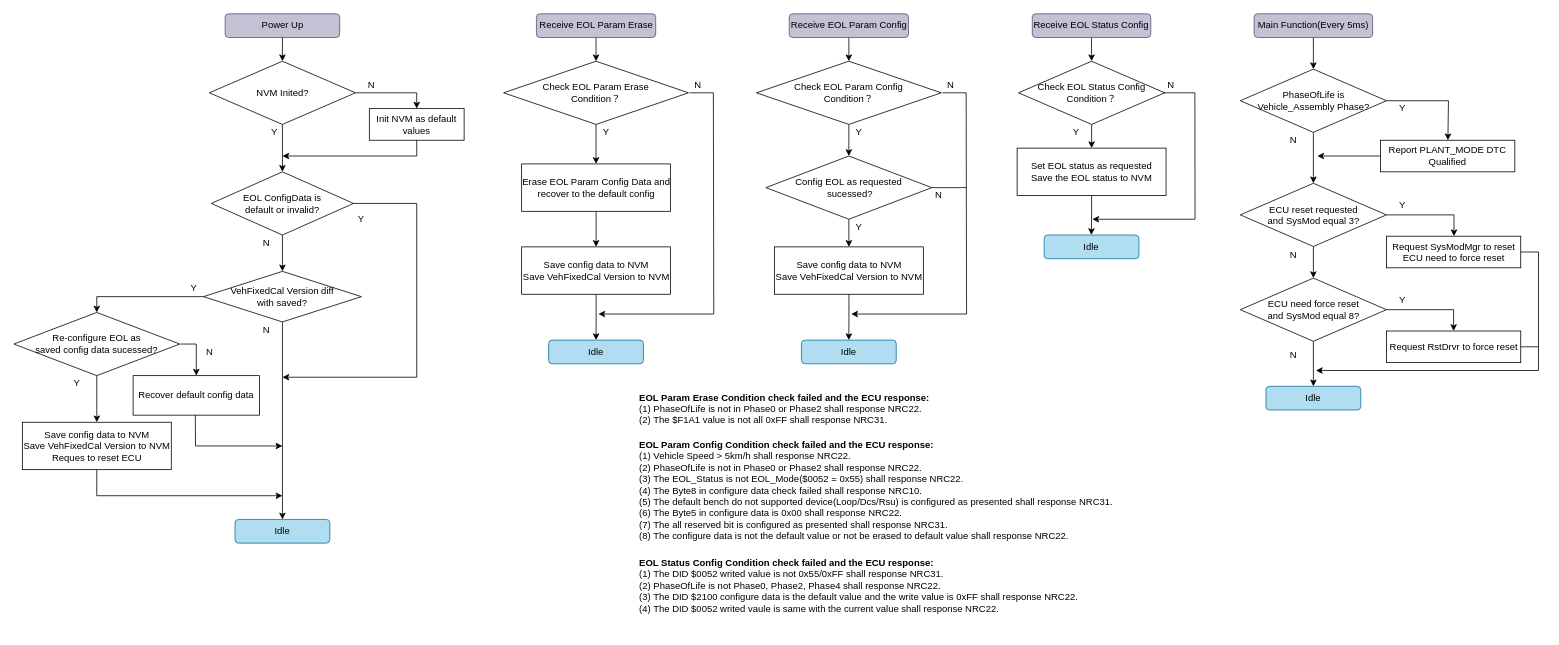
This is BYD_MR.drawio from woshitanwang/pics_procdure, a draw.io file, before an edit. Source tidied: cells renumbered, new cells numbered last; positions are measured from the earlier drawing's top-left corner, leaving out a move shared by most shapes. Both pictures are drawn from the tidied source at 79%, with x=0, y=0 at pixel (13, 13).
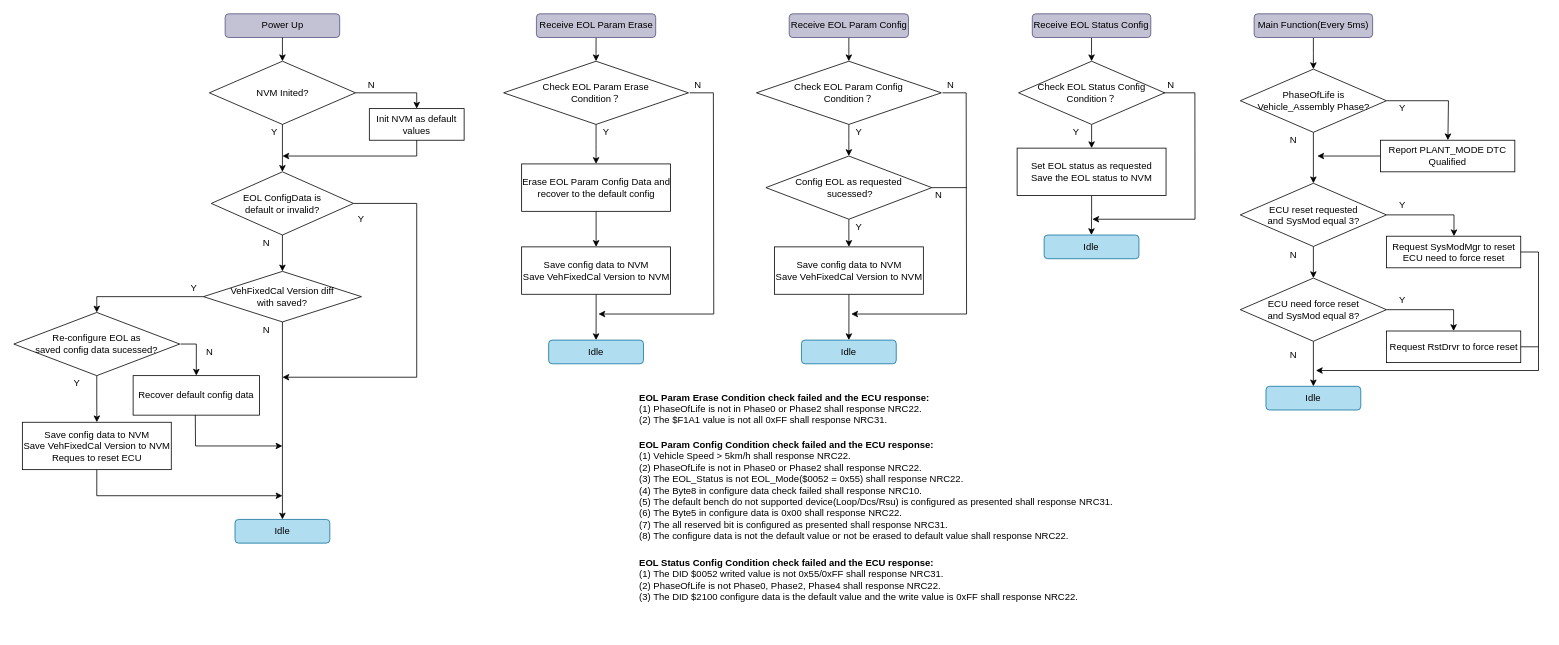
The same page after the edit.

The edit, as a diff of the source:
```diff
@@
-    <mxCell id="82" value="&lt;b&gt;EOL Status Config Condition check failed and the ECU response:&lt;/b&gt;&lt;br&gt;(1) The DID $0052 writed value is not 0x55/0xFF shall response NRC31.&lt;br&gt;(2) PhaseOfLife is not Phase0, Phase2, Phase4 shall response NRC22.&lt;br&gt;(3) The DID $2100 configure data is the default value and the write value is 0xFF shall response NRC22.&lt;br&gt;(4) The DID $0052 writed vaule is same with the current value shall response NRC22." style="text;whiteSpace=wrap;html=1;" parent="1" vertex="1">
-      <mxGeometry x="790" y="681.5" width="580" height="100" as="geometry" />
+    <mxCell id="82" value="&lt;b&gt;EOL Status Config Condition check failed and the ECU response:&lt;/b&gt;&lt;br&gt;(1) The DID $0052 writed value is not 0x55/0xFF shall response NRC31.&lt;br&gt;(2) PhaseOfLife is not Phase0, Phase2, Phase4 shall response NRC22.&lt;br&gt;(3) The DID $2100 configure data is the default value and the write value is 0xFF shall response NRC22.&lt;br&gt;" style="text;whiteSpace=wrap;html=1;" parent="1" vertex="1">
+      <mxGeometry x="790" y="681.5" width="580" height="78.5" as="geometry" />
     </mxCell>
```
